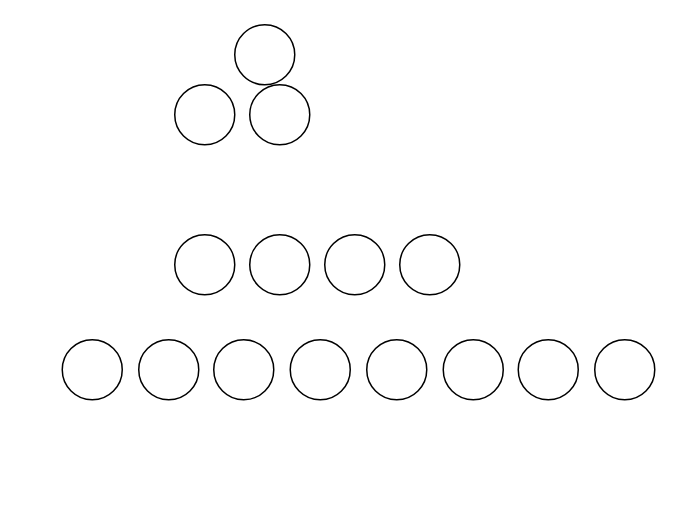
lgreco/images keeps this draw.io diagram as data_structures/bst_v_cbt.drawio. Above is the earlier version. Source tidied: cells renumbered, new cells numbered last; positions are measured from the earlier drawing's top-left corner, leaving out a move shared by most shapes. Both pictures are drawn from the tidied source at 150%, with x=0, y=0 at pixel (62, 24).
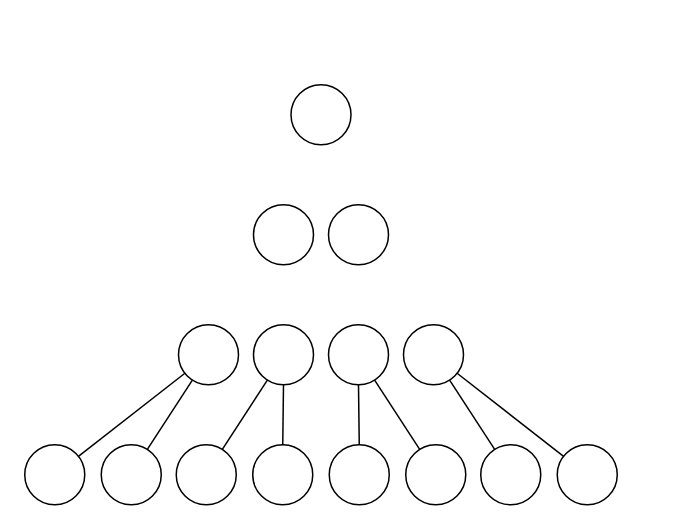
After the change.

The change refers to these unchanged cells:
```xml
<mxCell id="4" style="ellipse;whiteSpace=wrap;html=1;" parent="3" vertex="1">
  <mxGeometry width="40" height="40" as="geometry" />
</mxCell>
<mxCell id="5" style="ellipse;whiteSpace=wrap;html=1;" parent="3" vertex="1">
  <mxGeometry x="51" width="40" height="40" as="geometry" />
</mxCell>
<mxCell id="6" style="ellipse;whiteSpace=wrap;html=1;" parent="3" vertex="1">
  <mxGeometry x="101" width="40" height="40" as="geometry" />
</mxCell>
<mxCell id="7" style="ellipse;whiteSpace=wrap;html=1;" parent="3" vertex="1">
  <mxGeometry x="152" width="40" height="40" as="geometry" />
</mxCell>
<mxCell id="8" style="ellipse;whiteSpace=wrap;html=1;" parent="3" vertex="1">
  <mxGeometry x="203" width="40" height="40" as="geometry" />
</mxCell>
<mxCell id="9" style="ellipse;whiteSpace=wrap;html=1;" parent="3" vertex="1">
  <mxGeometry x="254" width="40" height="40" as="geometry" />
</mxCell>
<mxCell id="10" style="ellipse;whiteSpace=wrap;html=1;" parent="3" vertex="1">
  <mxGeometry x="304" width="40" height="40" as="geometry" />
</mxCell>
<mxCell id="11" style="ellipse;whiteSpace=wrap;html=1;" parent="3" vertex="1">
  <mxGeometry x="355" width="40" height="40" as="geometry" />
</mxCell>
<mxCell id="13" style="ellipse;whiteSpace=wrap;html=1;" parent="12" vertex="1">
  <mxGeometry width="40" height="40" as="geometry" />
</mxCell>
<mxCell id="14" style="ellipse;whiteSpace=wrap;html=1;" parent="12" vertex="1">
  <mxGeometry x="50" width="40" height="40" as="geometry" />
</mxCell>
<mxCell id="15" style="ellipse;whiteSpace=wrap;html=1;" parent="12" vertex="1">
  <mxGeometry x="100" width="40" height="40" as="geometry" />
</mxCell>
<mxCell id="16" style="ellipse;whiteSpace=wrap;html=1;" parent="12" vertex="1">
  <mxGeometry x="150" width="40" height="40" as="geometry" />
</mxCell>
```

The edit, as a diff of the source:
```diff
@@
     <mxCell id="2" style="ellipse;whiteSpace=wrap;html=1;" parent="1" vertex="1">
-      <mxGeometry x="115" width="40" height="40" as="geometry" />
+      <mxGeometry x="152.5" y="40" width="40" height="40" as="geometry" />
     </mxCell>
     <mxCell id="3" style="group;" parent="1" vertex="1">
-      <mxGeometry y="210" width="395" height="40" as="geometry" />
+      <mxGeometry x="-25" y="280" width="395" height="40" as="geometry" />
     </mxCell>
@@
     <mxCell id="12" style="group;" parent="1" vertex="1">
-      <mxGeometry x="75" y="140" width="190" height="40" as="geometry" />
+      <mxGeometry x="77.5" y="200" width="190" height="40" as="geometry" />
     </mxCell>
@@
     <mxCell id="17" style="group;" parent="1" vertex="1">
-      <mxGeometry x="75" y="40" width="90" height="40" as="geometry" />
+      <mxGeometry x="127.5" y="120" width="90" height="40" as="geometry" />
     </mxCell>
@@
+    <mxCell id="20" style="endArrow=none;html=1;rounded=0;" parent="1" edge="1" source="8" target="15">
+      <mxGeometry relative="1" as="geometry" />
+    </mxCell>
+    <mxCell id="21" style="endArrow=none;html=1;rounded=0;" parent="1" edge="1" source="9" target="15">
+      <mxGeometry relative="1" as="geometry" />
+    </mxCell>
+    <mxCell id="22" style="endArrow=none;html=1;rounded=0;" parent="1" edge="1" source="10" target="16">
+      <mxGeometry relative="1" as="geometry" />
+    </mxCell>
+    <mxCell id="23" style="endArrow=none;html=1;rounded=0;" parent="1" edge="1" source="11" target="16">
+      <mxGeometry relative="1" as="geometry" />
+    </mxCell>
+    <mxCell id="24" style="endArrow=none;html=1;rounded=0;" parent="1" edge="1" source="7" target="14">
+      <mxGeometry relative="1" as="geometry" />
+    </mxCell>
+    <mxCell id="25" style="endArrow=none;html=1;rounded=0;" parent="1" edge="1" source="6" target="14">
+      <mxGeometry relative="1" as="geometry" />
+    </mxCell>
+    <mxCell id="26" style="endArrow=none;html=1;rounded=0;" parent="1" edge="1" source="5" target="13">
+      <mxGeometry relative="1" as="geometry" />
+    </mxCell>
+    <mxCell id="27" style="endArrow=none;html=1;rounded=0;" parent="1" edge="1" source="4" target="13">
+      <mxGeometry relative="1" as="geometry" />
+    </mxCell>
```
